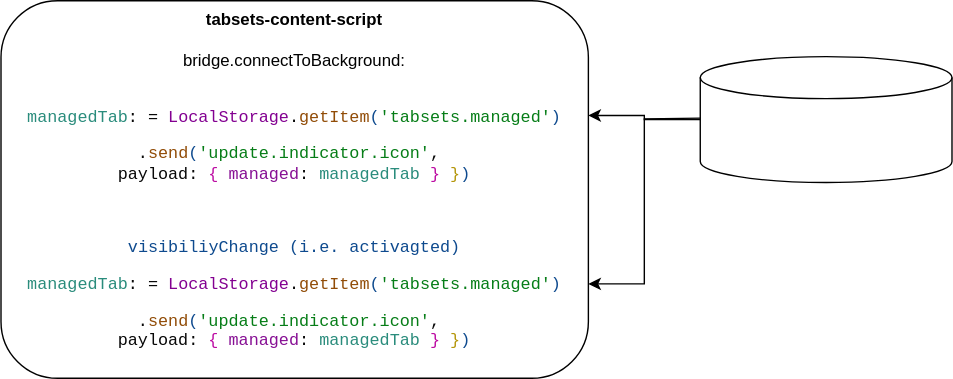
evandor/tabsets keeps this draw.io diagram as docs/drawio/indicator.svg. Above is the earlier version. Source tidied: cells renumbered, new cells last; positions are measured from the earlier drawing's top-left corner, leaving out a move shared by most shapes. The source it was exported from:
```xml
<mxGraphModel>
  <root>
    <mxCell id="0" />
    <mxCell id="1" parent="0" />
    <mxCell id="2" value="&lt;b&gt;tabsets-content-script&lt;/b&gt;&lt;div&gt;&lt;br&gt;&lt;/div&gt;&lt;div&gt;bridge.connectToBackground:&lt;br&gt;&lt;br&gt;&lt;div style=&quot;background-color: rgb(255, 255, 255); color: rgb(8, 8, 8);&quot;&gt;&lt;pre style=&quot;font-family:'JetBrains Mono',monospace;font-size:9,8pt;&quot;&gt;&lt;span style=&quot;color: rgb(42, 140, 124);&quot;&gt;managedTab&lt;/span&gt;:&lt;span style=&quot;color: rgb(0, 51, 179);&quot;&gt; &lt;/span&gt;= &lt;span style=&quot;color: rgb(131, 0, 145);&quot;&gt;LocalStorage&lt;/span&gt;.&lt;span style=&quot;color: rgb(145, 76, 7);&quot;&gt;getItem&lt;/span&gt;&lt;span style=&quot;color: rgb(14, 74, 142);&quot;&gt;(&lt;/span&gt;&lt;span style=&quot;color: rgb(6, 125, 23);&quot;&gt;'tabsets.managed'&lt;/span&gt;&lt;span style=&quot;color: rgb(14, 74, 142);&quot;&gt;)&lt;/span&gt;&lt;/pre&gt;&lt;/div&gt;&lt;div style=&quot;background-color: rgb(255, 255, 255); color: rgb(8, 8, 8);&quot;&gt;&lt;pre style=&quot;font-family:'JetBrains Mono',monospace;font-size:9,8pt;&quot;&gt;.&lt;span style=&quot;color: rgb(145, 76, 7);&quot;&gt;send&lt;/span&gt;&lt;span style=&quot;color: rgb(14, 74, 142);&quot;&gt;(&lt;/span&gt;&lt;span style=&quot;color: rgb(6, 125, 23);&quot;&gt;'update.indicator.icon'&lt;/span&gt;, &lt;br/&gt;payload&lt;span style=&quot;background-color: light-dark(rgb(255, 255, 255), rgb(18, 18, 18)); color: light-dark(rgb(8, 8, 8), rgb(230, 230, 230)); white-space: normal;&quot;&gt;: &lt;/span&gt;&lt;span style=&quot;background-color: light-dark(rgb(255, 255, 255), rgb(18, 18, 18)); white-space: normal; color: rgb(188, 11, 162);&quot;&gt;{ &lt;/span&gt;&lt;span style=&quot;background-color: light-dark(rgb(255, 255, 255), rgb(18, 18, 18)); white-space: normal; color: rgb(135, 16, 148);&quot;&gt;managed&lt;/span&gt;&lt;span style=&quot;background-color: light-dark(rgb(255, 255, 255), rgb(18, 18, 18)); color: light-dark(rgb(8, 8, 8), rgb(230, 230, 230)); white-space: normal;&quot;&gt;: &lt;/span&gt;&lt;span style=&quot;background-color: light-dark(rgb(255, 255, 255), rgb(18, 18, 18)); white-space: normal; color: rgb(42, 140, 124);&quot;&gt;managedTab &lt;/span&gt;&lt;span style=&quot;background-color: light-dark(rgb(255, 255, 255), rgb(18, 18, 18)); white-space: normal; color: rgb(188, 11, 162);&quot;&gt;} &lt;/span&gt;&lt;span style=&quot;background-color: light-dark(rgb(255, 255, 255), rgb(18, 18, 18)); white-space: normal; color: rgb(180, 150, 10);&quot;&gt;}&lt;/span&gt;&lt;span style=&quot;background-color: light-dark(rgb(255, 255, 255), rgb(18, 18, 18)); white-space: normal; color: rgb(14, 74, 142);&quot;&gt;)&lt;/span&gt;&lt;/pre&gt;&lt;pre style=&quot;font-family:'JetBrains Mono',monospace;font-size:9,8pt;&quot;&gt;&lt;span style=&quot;color: rgb(14, 74, 142);&quot;&gt;&lt;br&gt;&lt;/span&gt;&lt;/pre&gt;&lt;pre style=&quot;font-family:'JetBrains Mono',monospace;font-size:9,8pt;&quot;&gt;&lt;span style=&quot;color: rgb(14, 74, 142);&quot;&gt;visibiliyChange (i.e. activagted)&lt;/span&gt;&lt;/pre&gt;&lt;pre style=&quot;font-family:'JetBrains Mono',monospace;font-size:9,8pt;&quot;&gt;&lt;span style=&quot;color: rgb(14, 74, 142);&quot;&gt;&lt;div style=&quot;color: rgb(8, 8, 8);&quot;&gt;&lt;pre style=&quot;font-family:'JetBrains Mono',monospace;font-size:9,8pt;&quot;&gt;&lt;div style=&quot;font-family: Helvetica; white-space: normal; background-color: rgb(255, 255, 255); color: rgb(8, 8, 8);&quot;&gt;&lt;pre style=&quot;font-family: &amp;quot;JetBrains Mono&amp;quot;, monospace;&quot;&gt;&lt;span style=&quot;color: rgb(42, 140, 124);&quot;&gt;managedTab&lt;/span&gt;:&lt;span style=&quot;color: rgb(0, 51, 179);&quot;&gt; &lt;/span&gt;= &lt;span style=&quot;color: rgb(131, 0, 145);&quot;&gt;LocalStorage&lt;/span&gt;.&lt;span style=&quot;color: rgb(145, 76, 7);&quot;&gt;getItem&lt;/span&gt;&lt;span style=&quot;color: rgb(14, 74, 142);&quot;&gt;(&lt;/span&gt;&lt;span style=&quot;color: rgb(6, 125, 23);&quot;&gt;'tabsets.managed'&lt;/span&gt;&lt;span style=&quot;color: rgb(14, 74, 142);&quot;&gt;)&lt;/span&gt;&lt;/pre&gt;&lt;/div&gt;&lt;div style=&quot;font-family: Helvetica; white-space: normal; background-color: rgb(255, 255, 255); color: rgb(8, 8, 8);&quot;&gt;&lt;pre style=&quot;font-family: &amp;quot;JetBrains Mono&amp;quot;, monospace;&quot;&gt;.&lt;span style=&quot;color: rgb(145, 76, 7);&quot;&gt;send&lt;/span&gt;&lt;span style=&quot;color: rgb(14, 74, 142);&quot;&gt;(&lt;/span&gt;&lt;span style=&quot;color: rgb(6, 125, 23);&quot;&gt;'update.indicator.icon'&lt;/span&gt;, &lt;br/&gt;payload&lt;span style=&quot;background-color: light-dark(rgb(255, 255, 255), rgb(18, 18, 18)); color: light-dark(rgb(8, 8, 8), rgb(230, 230, 230)); white-space: normal;&quot;&gt;: &lt;/span&gt;&lt;span style=&quot;background-color: light-dark(rgb(255, 255, 255), rgb(18, 18, 18)); white-space: normal; color: rgb(188, 11, 162);&quot;&gt;{ &lt;/span&gt;&lt;span style=&quot;background-color: light-dark(rgb(255, 255, 255), rgb(18, 18, 18)); white-space: normal; color: rgb(135, 16, 148);&quot;&gt;managed&lt;/span&gt;&lt;span style=&quot;background-color: light-dark(rgb(255, 255, 255), rgb(18, 18, 18)); color: light-dark(rgb(8, 8, 8), rgb(230, 230, 230)); white-space: normal;&quot;&gt;: &lt;/span&gt;&lt;span style=&quot;background-color: light-dark(rgb(255, 255, 255), rgb(18, 18, 18)); white-space: normal; color: rgb(42, 140, 124);&quot;&gt;managedTab &lt;/span&gt;&lt;span style=&quot;background-color: light-dark(rgb(255, 255, 255), rgb(18, 18, 18)); white-space: normal; color: rgb(188, 11, 162);&quot;&gt;} &lt;/span&gt;&lt;span style=&quot;background-color: light-dark(rgb(255, 255, 255), rgb(18, 18, 18)); white-space: normal; color: rgb(180, 150, 10);&quot;&gt;}&lt;/span&gt;&lt;span style=&quot;background-color: light-dark(rgb(255, 255, 255), rgb(18, 18, 18)); white-space: normal; color: rgb(14, 74, 142);&quot;&gt;)&lt;/span&gt;&lt;/pre&gt;&lt;/div&gt;&lt;/pre&gt;&lt;/div&gt;&lt;/span&gt;&lt;/pre&gt;&lt;/div&gt;&lt;/div&gt;" style="rounded=1;whiteSpace=wrap;html=1;" parent="1" vertex="1">
      <mxGeometry width="420" height="270" as="geometry" />
    </mxCell>
    <mxCell id="3" style="shape=cylinder3;whiteSpace=wrap;html=1;boundedLbl=1;backgroundOutline=1;size=15;" parent="1" vertex="1">
      <mxGeometry x="500" y="40" width="180" height="90" as="geometry" />
    </mxCell>
    <mxCell id="4" style="edgeStyle=orthogonalEdgeStyle;rounded=0;jettySize=auto;html=1;entryX=1;entryY=0.304;entryDx=0;entryDy=0;entryPerimeter=0;" parent="1" edge="1" source="3" target="2">
      <mxGeometry relative="1" as="geometry" />
    </mxCell>
    <mxCell id="5" style="edgeStyle=orthogonalEdgeStyle;rounded=0;jettySize=auto;html=1;entryX=1;entryY=0.75;entryDx=0;entryDy=0;" parent="1" edge="1" target="2">
      <mxGeometry relative="1" as="geometry">
        <mxPoint x="500" y="84" as="sourcePoint" />
      </mxGeometry>
    </mxCell>
  </root>
</mxGraphModel>
```
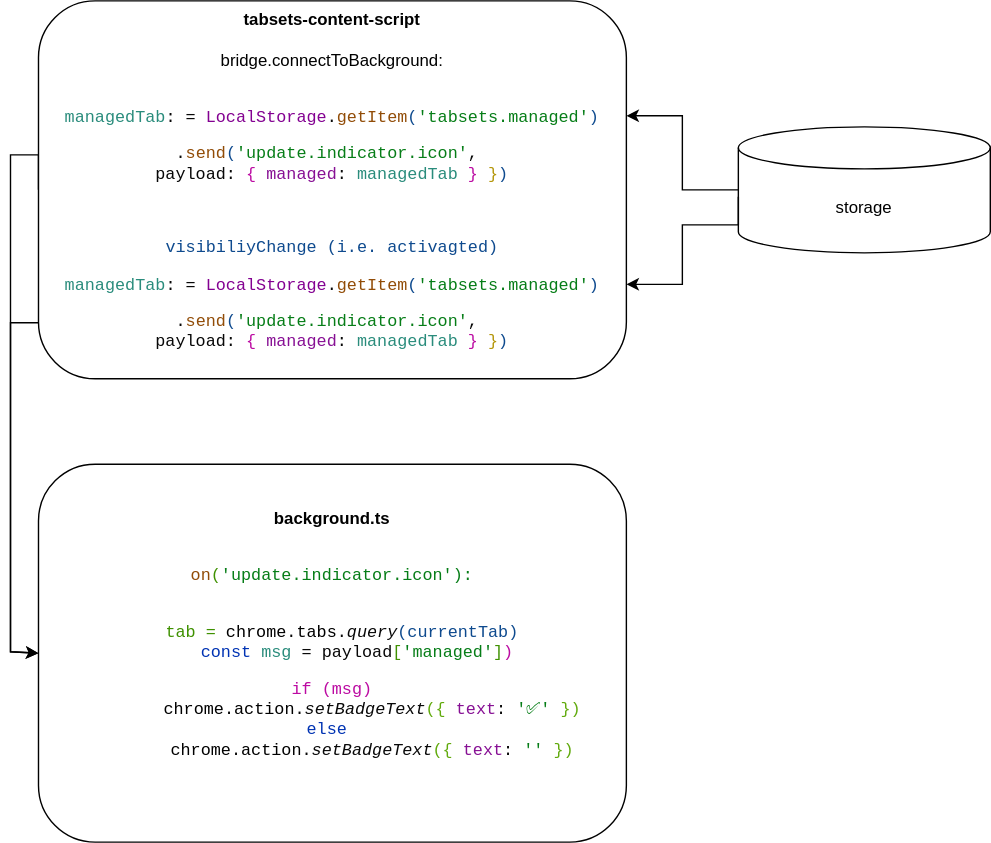
After the change.

Change to the diagram source:
```diff
@@ -2,19 +2,44 @@
   <root>
     <mxCell id="0" />
     <mxCell id="1" parent="0" />
+    <mxCell id="6" style="edgeStyle=orthogonalEdgeStyle;rounded=0;jettySize=auto;html=1;entryX=0;entryY=0.5;entryDx=0;entryDy=0;exitX=0;exitY=0.5;exitDx=0;exitDy=0;" parent="1" edge="1" source="2" target="7">
+      <mxGeometry relative="1" as="geometry">
+        <Array as="points">
+          <mxPoint y="110" />
+          <mxPoint x="-20" y="110" />
+          <mxPoint x="-20" y="465" />
+        </Array>
+      </mxGeometry>
+    </mxCell>
     <mxCell id="2" value="&lt;b&gt;tabsets-content-script&lt;/b&gt;&lt;div&gt;&lt;br&gt;&lt;/div&gt;&lt;div&gt;bridge.connectToBackground:&lt;br&gt;&lt;br&gt;&lt;div style=&quot;background-color: rgb(255, 255, 255); color: rgb(8, 8, 8);&quot;&gt;&lt;pre style=&quot;font-family:'JetBrains Mono',monospace;font-size:9,8pt;&quot;&gt;&lt;span style=&quot;color: rgb(42, 140, 124);&quot;&gt;managedTab&lt;/span&gt;:&lt;span style=&quot;color: rgb(0, 51, 179);&quot;&gt; &lt;/span&gt;= &lt;span style=&quot;color: rgb(131, 0, 145);&quot;&gt;LocalStorage&lt;/span&gt;.&lt;span style=&quot;color: rgb(145, 76, 7);&quot;&gt;getItem&lt;/span&gt;&lt;span style=&quot;color: rgb(14, 74, 142);&quot;&gt;(&lt;/span&gt;&lt;span style=&quot;color: rgb(6, 125, 23);&quot;&gt;'tabsets.managed'&lt;/span&gt;&lt;span style=&quot;color: rgb(14, 74, 142);&quot;&gt;)&lt;/span&gt;&lt;/pre&gt;&lt;/div&gt;&lt;div style=&quot;background-color: rgb(255, 255, 255); color: rgb(8, 8, 8);&quot;&gt;&lt;pre style=&quot;font-family:'JetBrains Mono',monospace;font-size:9,8pt;&quot;&gt;.&lt;span style=&quot;color: rgb(145, 76, 7);&quot;&gt;send&lt;/span&gt;&lt;span style=&quot;color: rgb(14, 74, 142);&quot;&gt;(&lt;/span&gt;&lt;span style=&quot;color: rgb(6, 125, 23);&quot;&gt;'update.indicator.icon'&lt;/span&gt;, &lt;br/&gt;payload&lt;span style=&quot;background-color: light-dark(rgb(255, 255, 255), rgb(18, 18, 18)); color: light-dark(rgb(8, 8, 8), rgb(230, 230, 230)); white-space: normal;&quot;&gt;: &lt;/span&gt;&lt;span style=&quot;background-color: light-dark(rgb(255, 255, 255), rgb(18, 18, 18)); white-space: normal; color: rgb(188, 11, 162);&quot;&gt;{ &lt;/span&gt;&lt;span style=&quot;background-color: light-dark(rgb(255, 255, 255), rgb(18, 18, 18)); white-space: normal; color: rgb(135, 16, 148);&quot;&gt;managed&lt;/span&gt;&lt;span style=&quot;background-color: light-dark(rgb(255, 255, 255), rgb(18, 18, 18)); color: light-dark(rgb(8, 8, 8), rgb(230, 230, 230)); white-space: normal;&quot;&gt;: &lt;/span&gt;&lt;span style=&quot;background-color: light-dark(rgb(255, 255, 255), rgb(18, 18, 18)); white-space: normal; color: rgb(42, 140, 124);&quot;&gt;managedTab &lt;/span&gt;&lt;span style=&quot;background-color: light-dark(rgb(255, 255, 255), rgb(18, 18, 18)); white-space: normal; color: rgb(188, 11, 162);&quot;&gt;} &lt;/span&gt;&lt;span style=&quot;background-color: light-dark(rgb(255, 255, 255), rgb(18, 18, 18)); white-space: normal; color: rgb(180, 150, 10);&quot;&gt;}&lt;/span&gt;&lt;span style=&quot;background-color: light-dark(rgb(255, 255, 255), rgb(18, 18, 18)); white-space: normal; color: rgb(14, 74, 142);&quot;&gt;)&lt;/span&gt;&lt;/pre&gt;&lt;pre style=&quot;font-family:'JetBrains Mono',monospace;font-size:9,8pt;&quot;&gt;&lt;span style=&quot;color: rgb(14, 74, 142);&quot;&gt;&lt;br&gt;&lt;/span&gt;&lt;/pre&gt;&lt;pre style=&quot;font-family:'JetBrains Mono',monospace;font-size:9,8pt;&quot;&gt;&lt;span style=&quot;color: rgb(14, 74, 142);&quot;&gt;visibiliyChange (i.e. activagted)&lt;/span&gt;&lt;/pre&gt;&lt;pre style=&quot;font-family:'JetBrains Mono',monospace;font-size:9,8pt;&quot;&gt;&lt;span style=&quot;color: rgb(14, 74, 142);&quot;&gt;&lt;div style=&quot;color: rgb(8, 8, 8);&quot;&gt;&lt;pre style=&quot;font-family:'JetBrains Mono',monospace;font-size:9,8pt;&quot;&gt;&lt;div style=&quot;font-family: Helvetica; white-space: normal; background-color: rgb(255, 255, 255); color: rgb(8, 8, 8);&quot;&gt;&lt;pre style=&quot;font-family: &amp;quot;JetBrains Mono&amp;quot;, monospace;&quot;&gt;&lt;span style=&quot;color: rgb(42, 140, 124);&quot;&gt;managedTab&lt;/span&gt;:&lt;span style=&quot;color: rgb(0, 51, 179);&quot;&gt; &lt;/span&gt;= &lt;span style=&quot;color: rgb(131, 0, 145);&quot;&gt;LocalStorage&lt;/span&gt;.&lt;span style=&quot;color: rgb(145, 76, 7);&quot;&gt;getItem&lt;/span&gt;&lt;span style=&quot;color: rgb(14, 74, 142);&quot;&gt;(&lt;/span&gt;&lt;span style=&quot;color: rgb(6, 125, 23);&quot;&gt;'tabsets.managed'&lt;/span&gt;&lt;span style=&quot;color: rgb(14, 74, 142);&quot;&gt;)&lt;/span&gt;&lt;/pre&gt;&lt;/div&gt;&lt;div style=&quot;font-family: Helvetica; white-space: normal; background-color: rgb(255, 255, 255); color: rgb(8, 8, 8);&quot;&gt;&lt;pre style=&quot;font-family: &amp;quot;JetBrains Mono&amp;quot;, monospace;&quot;&gt;.&lt;span style=&quot;color: rgb(145, 76, 7);&quot;&gt;send&lt;/span&gt;&lt;span style=&quot;color: rgb(14, 74, 142);&quot;&gt;(&lt;/span&gt;&lt;span style=&quot;color: rgb(6, 125, 23);&quot;&gt;'update.indicator.icon'&lt;/span&gt;, &lt;br/&gt;payload&lt;span style=&quot;background-color: light-dark(rgb(255, 255, 255), rgb(18, 18, 18)); color: light-dark(rgb(8, 8, 8), rgb(230, 230, 230)); white-space: normal;&quot;&gt;: &lt;/span&gt;&lt;span style=&quot;background-color: light-dark(rgb(255, 255, 255), rgb(18, 18, 18)); white-space: normal; color: rgb(188, 11, 162);&quot;&gt;{ &lt;/span&gt;&lt;span style=&quot;background-color: light-dark(rgb(255, 255, 255), rgb(18, 18, 18)); white-space: normal; color: rgb(135, 16, 148);&quot;&gt;managed&lt;/span&gt;&lt;span style=&quot;background-color: light-dark(rgb(255, 255, 255), rgb(18, 18, 18)); color: light-dark(rgb(8, 8, 8), rgb(230, 230, 230)); white-space: normal;&quot;&gt;: &lt;/span&gt;&lt;span style=&quot;background-color: light-dark(rgb(255, 255, 255), rgb(18, 18, 18)); white-space: normal; color: rgb(42, 140, 124);&quot;&gt;managedTab &lt;/span&gt;&lt;span style=&quot;background-color: light-dark(rgb(255, 255, 255), rgb(18, 18, 18)); white-space: normal; color: rgb(188, 11, 162);&quot;&gt;} &lt;/span&gt;&lt;span style=&quot;background-color: light-dark(rgb(255, 255, 255), rgb(18, 18, 18)); white-space: normal; color: rgb(180, 150, 10);&quot;&gt;}&lt;/span&gt;&lt;span style=&quot;background-color: light-dark(rgb(255, 255, 255), rgb(18, 18, 18)); white-space: normal; color: rgb(14, 74, 142);&quot;&gt;)&lt;/span&gt;&lt;/pre&gt;&lt;/div&gt;&lt;/pre&gt;&lt;/div&gt;&lt;/span&gt;&lt;/pre&gt;&lt;/div&gt;&lt;/div&gt;" style="rounded=1;whiteSpace=wrap;html=1;" parent="1" vertex="1">
       <mxGeometry width="420" height="270" as="geometry" />
     </mxCell>
-    <mxCell id="3" style="shape=cylinder3;whiteSpace=wrap;html=1;boundedLbl=1;backgroundOutline=1;size=15;" parent="1" vertex="1">
-      <mxGeometry x="500" y="40" width="180" height="90" as="geometry" />
+    <mxCell id="3" value="storage" style="shape=cylinder3;whiteSpace=wrap;html=1;boundedLbl=1;backgroundOutline=1;size=15;" parent="1" vertex="1">
+      <mxGeometry x="500" y="90" width="180" height="90" as="geometry" />
     </mxCell>
     <mxCell id="4" style="edgeStyle=orthogonalEdgeStyle;rounded=0;jettySize=auto;html=1;entryX=1;entryY=0.304;entryDx=0;entryDy=0;entryPerimeter=0;" parent="1" edge="1" source="3" target="2">
       <mxGeometry relative="1" as="geometry" />
     </mxCell>
     <mxCell id="5" style="edgeStyle=orthogonalEdgeStyle;rounded=0;jettySize=auto;html=1;entryX=1;entryY=0.75;entryDx=0;entryDy=0;" parent="1" edge="1" target="2">
       <mxGeometry relative="1" as="geometry">
-        <mxPoint x="500" y="84" as="sourcePoint" />
+        <mxPoint x="500" y="140" as="sourcePoint" />
+        <Array as="points">
+          <mxPoint x="500" y="160" />
+          <mxPoint x="460" y="160" />
+          <mxPoint x="460" y="203" />
+        </Array>
       </mxGeometry>
     </mxCell>
+    <mxCell id="7" value="&lt;b&gt;background.ts&lt;br&gt;&lt;br&gt;&lt;/b&gt;&lt;div style=&quot;background-color: rgb(255, 255, 255);&quot;&gt;&lt;pre style=&quot;font-family: &amp;quot;JetBrains Mono&amp;quot;, monospace;&quot;&gt;&lt;span style=&quot;color: rgb(145, 76, 7);&quot;&gt;on&lt;/span&gt;&lt;span style=&quot;color: rgb(63, 145, 1);&quot;&gt;(&lt;/span&gt;&lt;span style=&quot;color: rgb(6, 125, 23);&quot;&gt;'update.indicator.icon'):&lt;/span&gt;&lt;/pre&gt;&lt;pre style=&quot;font-family: &amp;quot;JetBrains Mono&amp;quot;, monospace;&quot;&gt;&lt;font color=&quot;#080808&quot;&gt;&lt;br&gt;&lt;/font&gt;&lt;span style=&quot;color: rgb(63, 145, 1);&quot;&gt;  tab = &lt;/span&gt;&lt;span style=&quot;color: rgb(0, 0, 0);&quot;&gt;chrome&lt;/span&gt;&lt;font color=&quot;#080808&quot;&gt;.&lt;/font&gt;&lt;span style=&quot;color: rgb(0, 0, 0);&quot;&gt;tabs&lt;/span&gt;&lt;font color=&quot;#080808&quot;&gt;.&lt;/font&gt;&lt;span style=&quot;color: rgb(8, 8, 8); font-style: italic;&quot;&gt;query&lt;/span&gt;&lt;span style=&quot;color: rgb(14, 74, 142);&quot;&gt;(currentTab&lt;/span&gt;&lt;font color=&quot;#0e4a8e&quot;&gt;)&lt;br&gt;&lt;/font&gt;     &lt;span style=&quot;background-color: light-dark(rgb(255, 255, 255), rgb(18, 18, 18)); white-space: normal; color: rgb(0, 51, 179);&quot;&gt;const &lt;/span&gt;&lt;span style=&quot;background-color: light-dark(rgb(255, 255, 255), rgb(18, 18, 18)); white-space: normal; color: rgb(42, 140, 124);&quot;&gt;msg &lt;/span&gt;&lt;span style=&quot;color: light-dark(rgb(8, 8, 8), rgb(230, 230, 230)); background-color: light-dark(rgb(255, 255, 255), rgb(18, 18, 18)); white-space: normal;&quot;&gt;= payload&lt;/span&gt;&lt;span style=&quot;background-color: light-dark(rgb(255, 255, 255), rgb(18, 18, 18)); white-space: normal; color: rgb(63, 145, 1);&quot;&gt;[&lt;/span&gt;&lt;span style=&quot;background-color: light-dark(rgb(255, 255, 255), rgb(18, 18, 18)); white-space: normal; color: rgb(6, 125, 23);&quot;&gt;'managed'&lt;/span&gt;&lt;span style=&quot;background-color: light-dark(rgb(255, 255, 255), rgb(18, 18, 18)); white-space: normal; color: rgb(63, 145, 1);&quot;&gt;]&lt;/span&gt;&lt;span style=&quot;background-color: light-dark(rgb(255, 255, 255), rgb(18, 18, 18)); white-space: normal; color: rgb(188, 11, 162);&quot;&gt;)&lt;/span&gt;&lt;/pre&gt;&lt;pre style=&quot;color: rgb(8, 8, 8); font-family: &amp;quot;JetBrains Mono&amp;quot;, monospace;&quot;&gt;&lt;span style=&quot;color: rgb(188, 11, 162);&quot;&gt;if (msg)&lt;br&gt;&lt;/span&gt;&lt;span style=&quot;color: rgb(188, 11, 162);&quot;&gt;        &lt;/span&gt;&lt;span style=&quot;color: rgb(0, 0, 0);&quot;&gt;chrome&lt;/span&gt;.&lt;span style=&quot;color: rgb(0, 0, 0);&quot;&gt;action&lt;/span&gt;.&lt;span style=&quot;font-style:italic;&quot;&gt;setBadgeText&lt;/span&gt;&lt;span style=&quot;color: rgb(97, 170, 13);&quot;&gt;({ &lt;/span&gt;&lt;span style=&quot;color: rgb(135, 16, 148);&quot;&gt;text&lt;/span&gt;: &lt;span style=&quot;color: rgb(6, 125, 23);&quot;&gt;'&lt;/span&gt;&lt;span style=&quot;color: rgb(6, 125, 23); font-family: Menlo-Regular, monospace;&quot;&gt;✅&lt;/span&gt;&lt;span style=&quot;color: rgb(6, 125, 23);&quot;&gt;' &lt;/span&gt;&lt;span style=&quot;color: rgb(97, 170, 13);&quot;&gt;})&lt;br&gt;&lt;/span&gt;&lt;span style=&quot;color: rgb(0, 51, 179);&quot;&gt;else &lt;/span&gt;&lt;span style=&quot;color: rgb(188, 11, 162);&quot;&gt;&lt;br&gt;&lt;/span&gt;&lt;span style=&quot;color: rgb(188, 11, 162);&quot;&gt;        &lt;/span&gt;&lt;span style=&quot;color: rgb(0, 0, 0);&quot;&gt;chrome&lt;/span&gt;.&lt;span style=&quot;color: rgb(0, 0, 0);&quot;&gt;action&lt;/span&gt;.&lt;span style=&quot;font-style:italic;&quot;&gt;setBadgeText&lt;/span&gt;&lt;span style=&quot;color: rgb(97, 170, 13);&quot;&gt;({ &lt;/span&gt;&lt;span style=&quot;color: rgb(135, 16, 148);&quot;&gt;text&lt;/span&gt;: &lt;span style=&quot;color: rgb(6, 125, 23);&quot;&gt;'' &lt;/span&gt;&lt;span style=&quot;color: rgb(97, 170, 13);&quot;&gt;})&lt;br&gt;&lt;/span&gt;&lt;span style=&quot;color: rgb(97, 170, 13);&quot;&gt;        &lt;/span&gt;&lt;span style=&quot;color: rgb(97, 170, 13);&quot;&gt;      &lt;/span&gt;&lt;/pre&gt;&lt;/div&gt;" style="rounded=1;whiteSpace=wrap;html=1;" parent="1" vertex="1">
+      <mxGeometry y="331" width="420" height="270" as="geometry" />
+    </mxCell>
+    <mxCell id="8" style="edgeStyle=orthogonalEdgeStyle;rounded=0;jettySize=auto;html=1;entryX=0;entryY=0.5;entryDx=0;entryDy=0;" parent="1" edge="1" source="2" target="7">
+      <mxGeometry relative="1" as="geometry">
+        <Array as="points">
+          <mxPoint x="-20" y="230" />
+          <mxPoint x="-20" y="465" />
+        </Array>
+      </mxGeometry>
+    </mxCell>
   </root>
 </mxGraphModel>
```
